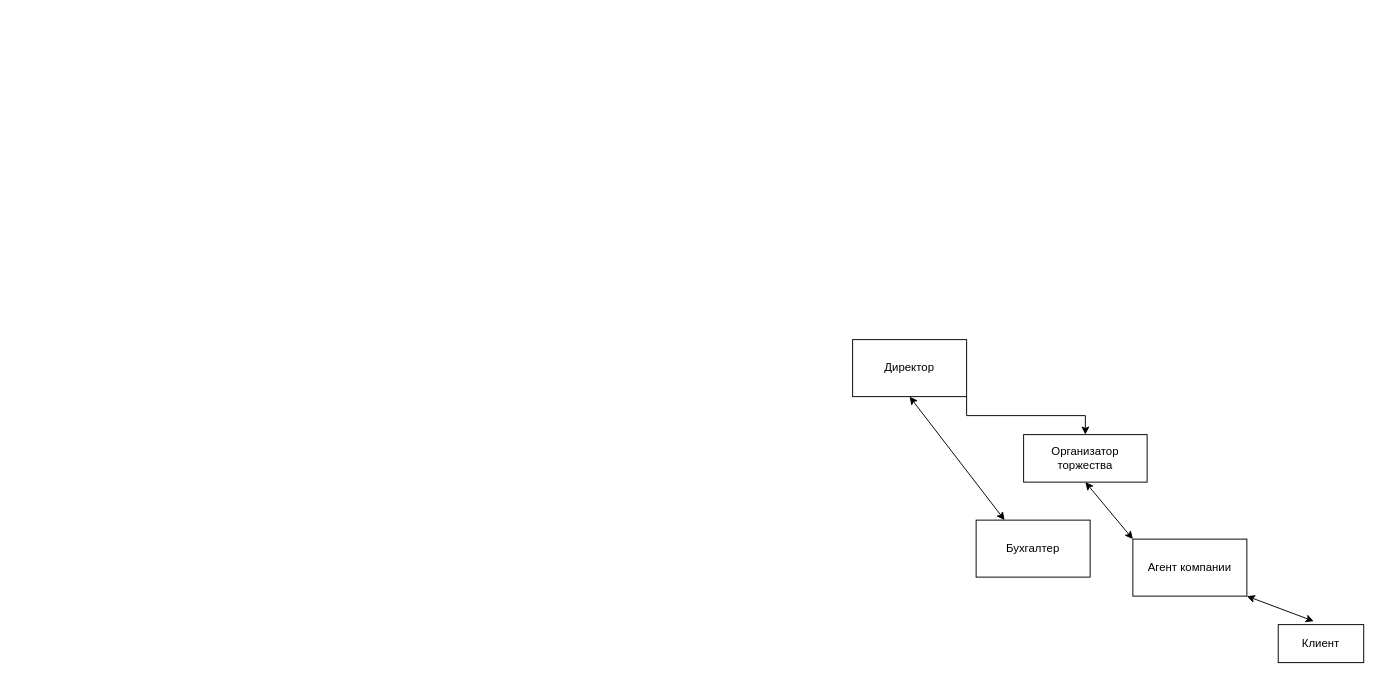
This is Организационная структура.drawio from Aazmandiuc/DataBases, a draw.io file, before an edit. Source tidied: cells renumbered, new cells numbered last; positions are measured from the earlier drawing's top-left corner, leaving out a move shared by most shapes. Both pictures are drawn from the tidied source at 95%, with x=0, y=0 at pixel (852, 339).
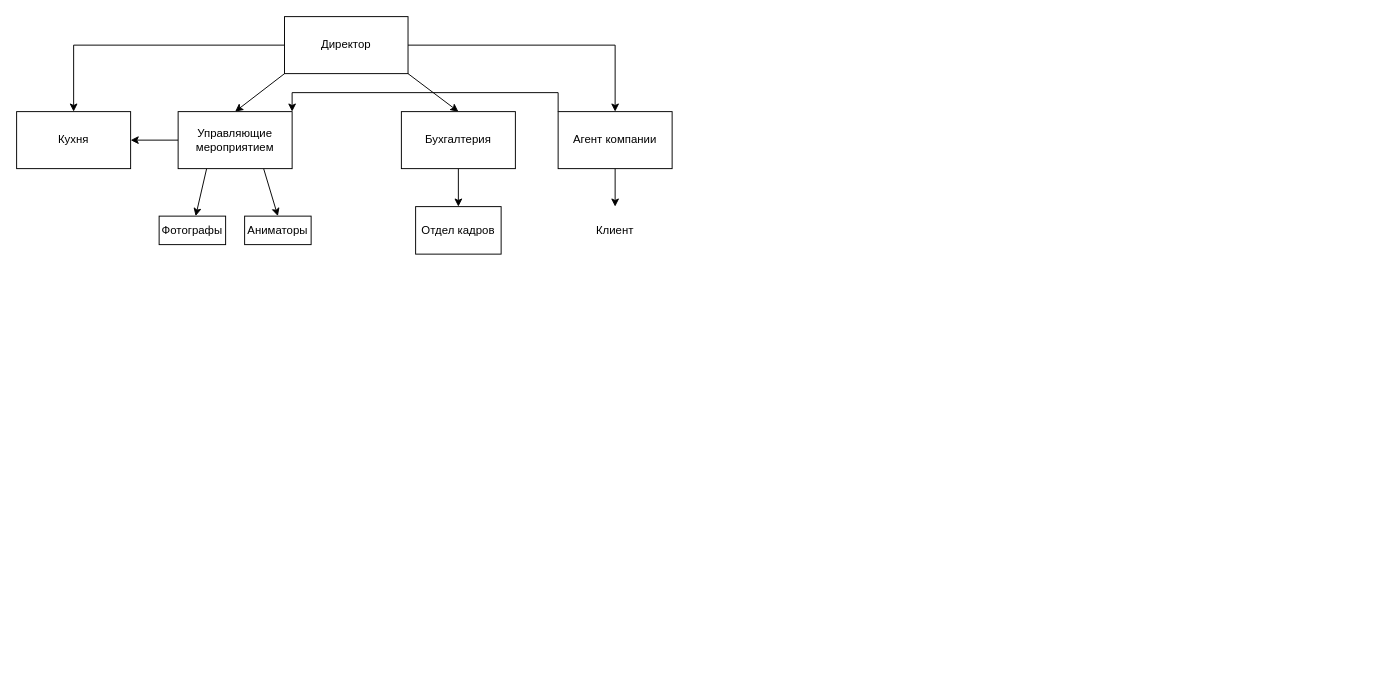
The same page after the edit.

Change to the diagram source:
```diff
@@
-    <mxCell id="2" style="edgeStyle=orthogonalEdgeStyle;rounded=0;jettySize=auto;html=1;exitX=1;exitY=1;exitDx=0;exitDy=0;entryX=0.5;entryY=0;entryDx=0;entryDy=0;" parent="1" edge="1" source="3" target="7">
-      <mxGeometry relative="1" as="geometry" />
-    </mxCell>
+    <mxCell id="11" style="edgeStyle=orthogonalEdgeStyle;jettySize=auto;html=1;exitX=0;exitY=0.5;exitDx=0;exitDy=0;entryX=0.5;entryY=0;entryDx=0;entryDy=0;rounded=0;" parent="1" edge="1" source="3" target="22">
+      <mxGeometry relative="1" as="geometry" />
+    </mxCell>
+    <mxCell id="12" style="jettySize=auto;html=1;exitX=1;exitY=1;exitDx=0;exitDy=0;entryX=0.5;entryY=0;entryDx=0;entryDy=0;rounded=0;" parent="1" edge="1" source="3" target="16">
+      <mxGeometry relative="1" as="geometry" />
+    </mxCell>
+    <mxCell id="13" style="edgeStyle=orthogonalEdgeStyle;jettySize=auto;html=1;exitX=1;exitY=0.5;exitDx=0;exitDy=0;entryX=0.5;entryY=0;entryDx=0;entryDy=0;rounded=0;" parent="1" edge="1" source="3" target="4">
+      <mxGeometry relative="1" as="geometry" />
+    </mxCell>
+    <mxCell id="14" style="jettySize=auto;html=1;exitX=0;exitY=1;exitDx=0;exitDy=0;entryX=0.5;entryY=0;entryDx=0;entryDy=0;rounded=0;" parent="1" edge="1" source="3" target="21">
+      <mxGeometry relative="1" as="geometry" />
+    </mxCell>
     <mxCell id="3" value="Директор" style="rounded=0;whiteSpace=wrap;html=1;" parent="1" vertex="1">
-      <mxGeometry width="120" height="60" as="geometry" />
+      <mxGeometry x="-598" y="-340" width="130" height="60" as="geometry" />
     </mxCell>
+    <mxCell id="15" style="jettySize=auto;html=1;exitX=0.5;exitY=1;exitDx=0;exitDy=0;entryX=0.5;entryY=0;entryDx=0;entryDy=0;rounded=0;" parent="1" edge="1" source="16" target="23">
+      <mxGeometry relative="1" as="geometry" />
+    </mxCell>
+    <mxCell id="16" value="Бухгалтерия" style="rounded=0;whiteSpace=wrap;html=1;" parent="1" vertex="1">
+      <mxGeometry x="-475" y="-240" width="120" height="60" as="geometry" />
+    </mxCell>
+    <mxCell id="6" style="jettySize=auto;html=1;exitX=0.5;exitY=1;exitDx=0;exitDy=0;entryX=0.5;entryY=0;entryDx=0;entryDy=0;rounded=0;" parent="1" edge="1" source="4" target="5">
+      <mxGeometry relative="1" as="geometry" />
+    </mxCell>
+    <mxCell id="17" style="edgeStyle=orthogonalEdgeStyle;jettySize=auto;html=1;exitX=0;exitY=0;exitDx=0;exitDy=0;entryX=1;entryY=0;entryDx=0;entryDy=0;rounded=0;" parent="1" edge="1" source="4" target="21">
+      <mxGeometry relative="1" as="geometry" />
+    </mxCell>
     <mxCell id="4" value="Агент компании" style="rounded=0;whiteSpace=wrap;html=1;" parent="1" vertex="1">
-      <mxGeometry x="295" y="210" width="120" height="60" as="geometry" />
+      <mxGeometry x="-310" y="-240" width="120" height="60" as="geometry" />
     </mxCell>
-    <mxCell id="5" value="Клиент" style="rounded=0;whiteSpace=wrap;html=1;" parent="1" vertex="1">
-      <mxGeometry x="448" y="300" width="90" height="40" as="geometry" />
+    <mxCell id="5" value="Клиент" style="text;html=1;strokeColor=none;fillColor=none;align=center;verticalAlign=middle;whiteSpace=wrap;rounded=0;" parent="1" vertex="1">
+      <mxGeometry x="-290" y="-140" width="80" height="50" as="geometry" />
     </mxCell>
-    <mxCell id="6" style="endArrow=classic;startArrow=classic;html=1;rounded=0;exitX=1;exitY=1;exitDx=0;exitDy=0;entryX=0.416;entryY=-0.09;entryDx=0;entryDy=0;entryPerimeter=0;" parent="1" edge="1" source="4" target="5">
-      <mxGeometry relative="1" as="geometry" />
-    </mxCell>
-    <mxCell id="7" value="Организатор торжества" style="rounded=0;whiteSpace=wrap;html=1;" parent="1" vertex="1">
-      <mxGeometry x="180" y="100" width="130" height="50" as="geometry" />
-    </mxCell>
-    <mxCell id="8" style="endArrow=classic;startArrow=classic;html=1;rounded=0;exitX=0;exitY=0;exitDx=0;exitDy=0;entryX=0.5;entryY=1;entryDx=0;entryDy=0;" parent="1" edge="1" source="4" target="7">
-      <mxGeometry relative="1" as="geometry" />
-    </mxCell>
-    <mxCell id="9" value="Бухгалтер" style="rounded=0;whiteSpace=wrap;html=1;" parent="1" vertex="1">
-      <mxGeometry x="130" y="190" width="120" height="60" as="geometry" />
-    </mxCell>
-    <mxCell id="10" style="endArrow=classic;startArrow=classic;html=1;rounded=0;entryX=0.5;entryY=1;entryDx=0;entryDy=0;exitX=0.25;exitY=0;exitDx=0;exitDy=0;" parent="1" edge="1" source="9" target="3">
-      <mxGeometry relative="1" as="geometry" />
-    </mxCell>
+    <mxCell id="18" style="jettySize=auto;html=1;exitX=0.25;exitY=1;exitDx=0;exitDy=0;rounded=0;" parent="1" edge="1" source="21" target="24">
+      <mxGeometry relative="1" as="geometry" />
+    </mxCell>
+    <mxCell id="19" style="jettySize=auto;html=1;exitX=0.75;exitY=1;exitDx=0;exitDy=0;entryX=0.5;entryY=0;entryDx=0;entryDy=0;rounded=0;" parent="1" edge="1" source="21" target="25">
+      <mxGeometry relative="1" as="geometry" />
+    </mxCell>
+    <mxCell id="20" style="edgeStyle=orthogonalEdgeStyle;jettySize=auto;html=1;exitX=0;exitY=0.5;exitDx=0;exitDy=0;entryX=1;entryY=0.5;entryDx=0;entryDy=0;" parent="1" edge="1" source="21" target="22">
+      <mxGeometry relative="1" as="geometry" />
+    </mxCell>
+    <mxCell id="21" value="Управляющие мероприятием" style="rounded=0;whiteSpace=wrap;html=1;" parent="1" vertex="1">
+      <mxGeometry x="-710" y="-240" width="120" height="60" as="geometry" />
+    </mxCell>
+    <mxCell id="22" value="Кухня" style="rounded=0;whiteSpace=wrap;html=1;" parent="1" vertex="1">
+      <mxGeometry x="-880" y="-240" width="120" height="60" as="geometry" />
+    </mxCell>
+    <mxCell id="23" value="Отдел кадров" style="rounded=0;whiteSpace=wrap;html=1;" parent="1" vertex="1">
+      <mxGeometry x="-460" y="-140" width="90" height="50" as="geometry" />
+    </mxCell>
+    <mxCell id="24" value="Фотографы" style="rounded=0;whiteSpace=wrap;html=1;" parent="1" vertex="1">
+      <mxGeometry x="-730" y="-130" width="70" height="30" as="geometry" />
+    </mxCell>
+    <mxCell id="25" value="Аниматоры" style="rounded=0;whiteSpace=wrap;html=1;" parent="1" vertex="1">
+      <mxGeometry x="-640" y="-130" width="70" height="30" as="geometry" />
+    </mxCell>
```
